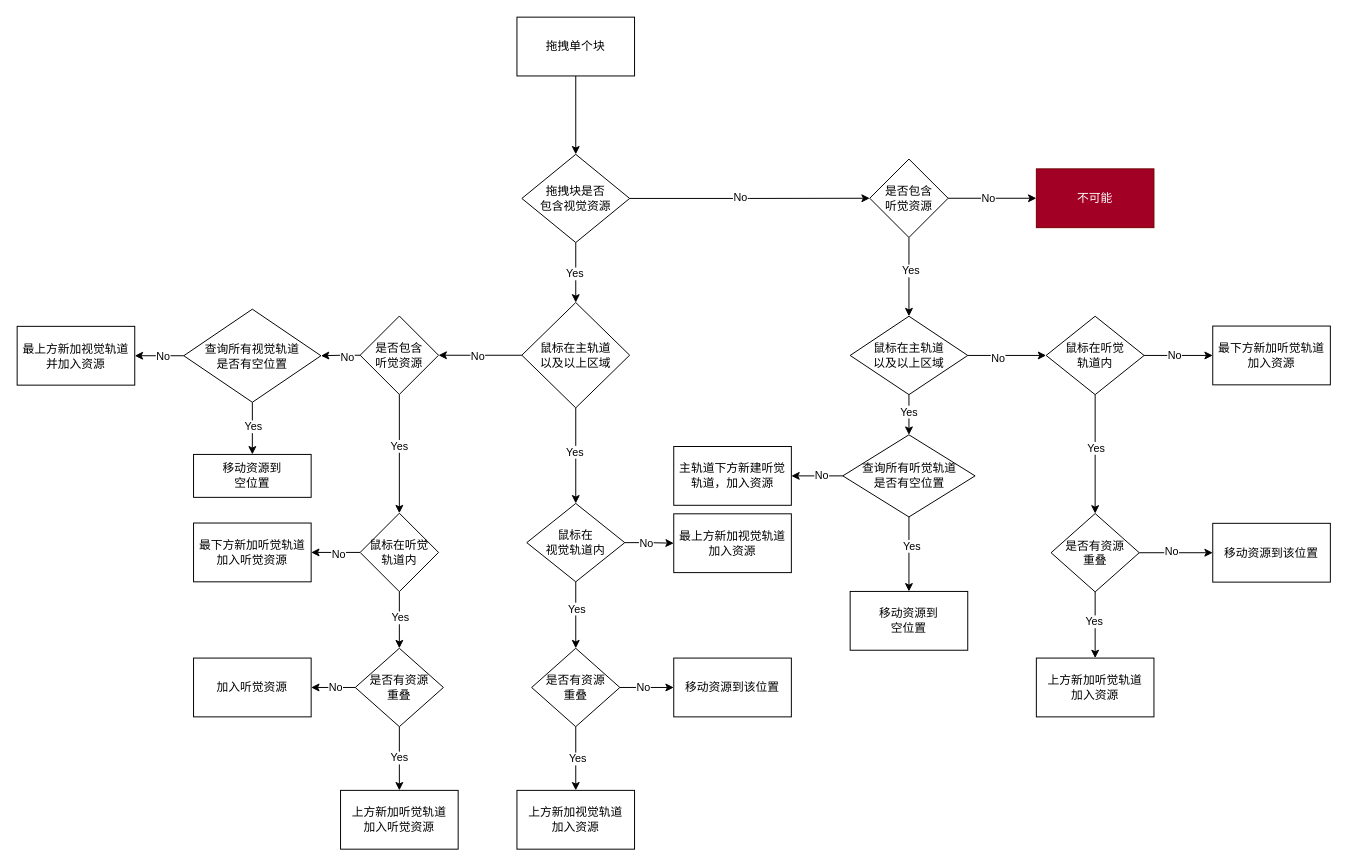
macfanr/drawio keeps this draw.io diagram as page "第 2 页" (2 of 3) of drag flow.drawio. Above is the earlier version. Source tidied: cells renumbered, new cells numbered last; positions are measured from the earlier drawing's top-left corner, leaving out a move shared by most shapes. Both pictures are drawn from the tidied source at 98%, with x=0, y=0 at pixel (17, 17).
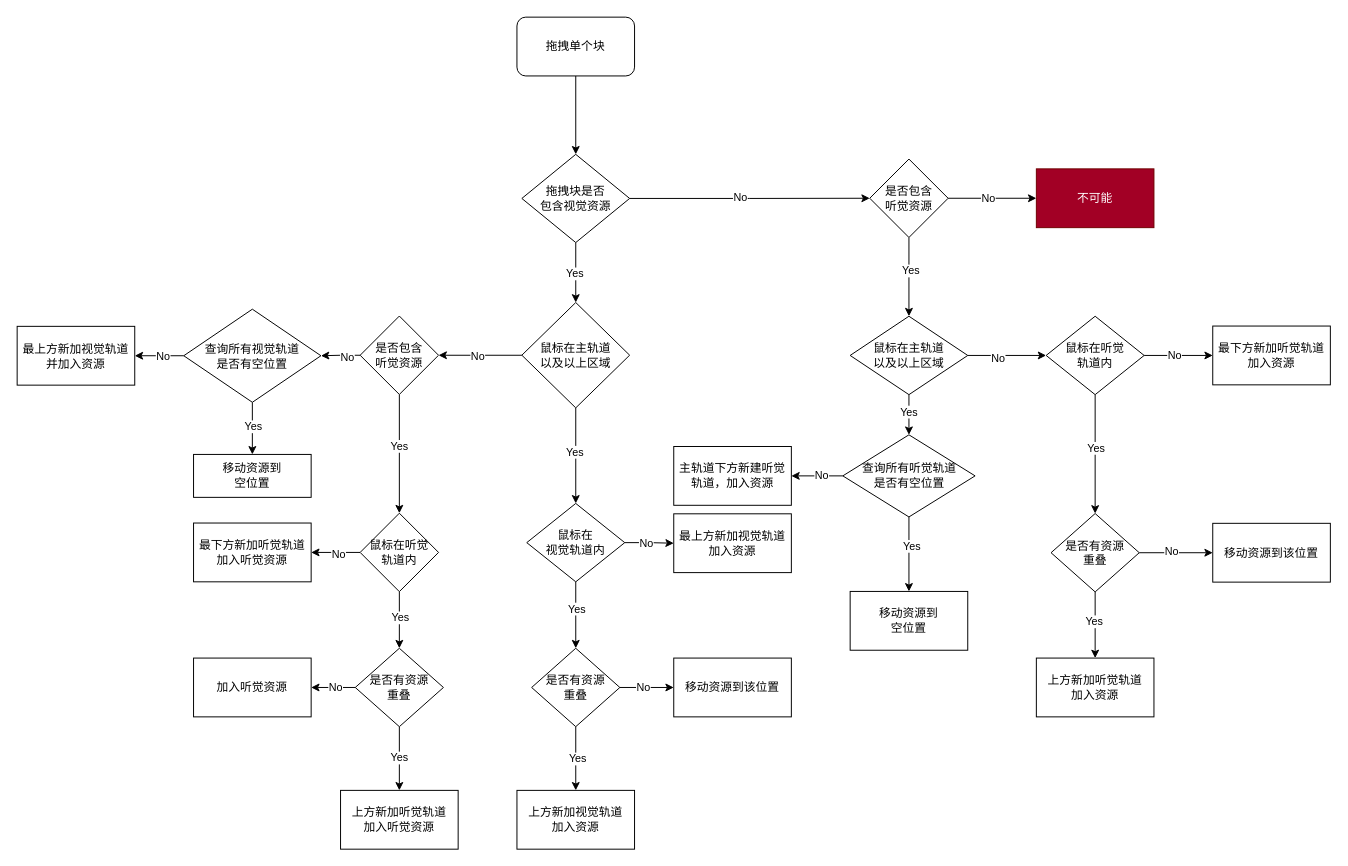
The same page after the edit.

Change to the diagram source:
```diff
@@
-    <mxCell id="3" value="拖拽单个块" style="whiteSpace=wrap;html=1;" parent="1" vertex="1">
+    <mxCell id="3" value="拖拽单个块" style="whiteSpace=wrap;html=1;rounded=1;" parent="1" vertex="1">
       <mxGeometry x="510" width="120" height="60" as="geometry" />
     </mxCell>
```
